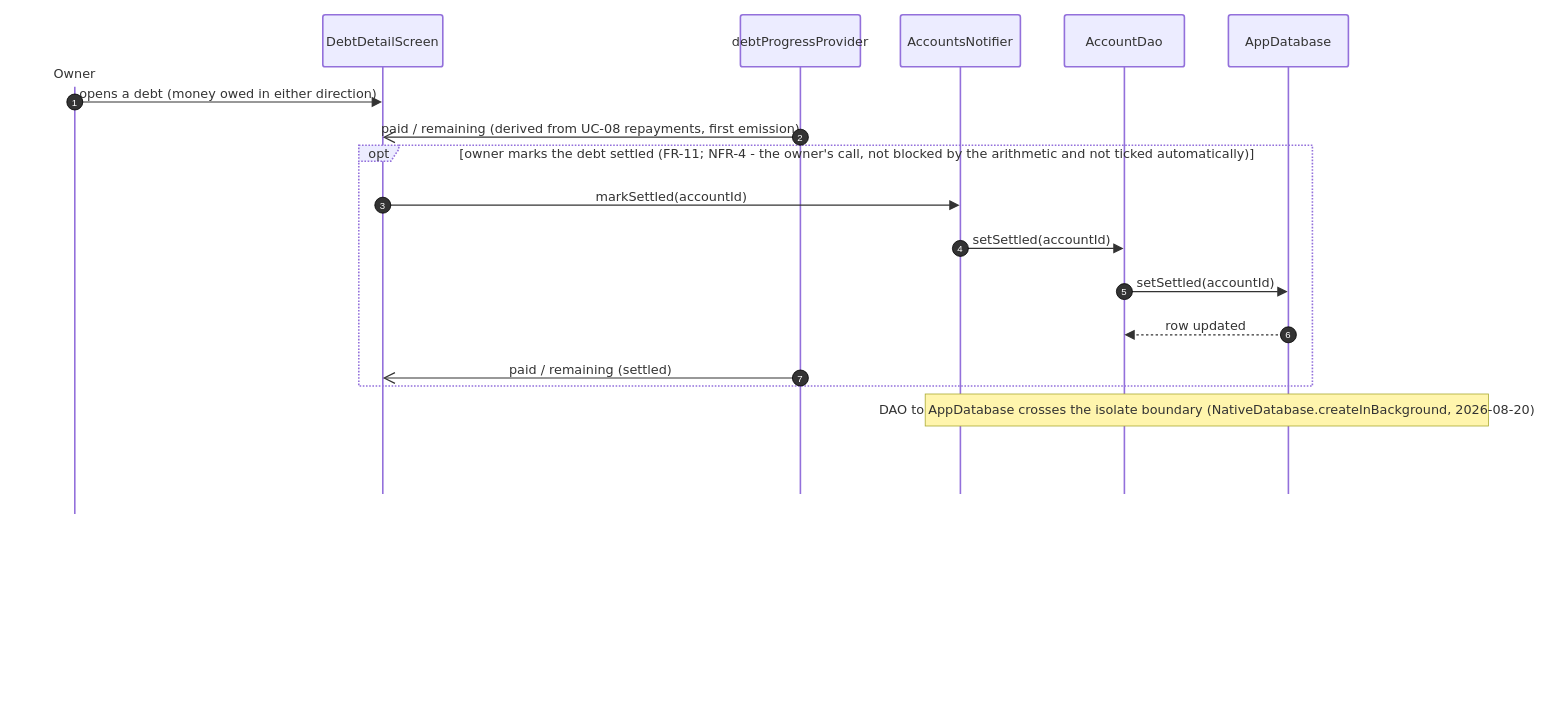
Earlier version of the draw.io diagram docs/diagrams/seq-uc10-debt-progress.drawio (EldwinPr/uangsaku). Source tidied: cells renumbered, new cells numbered last; positions are measured from the earlier drawing's top-left corner, leaving out a move shared by most shapes. Both pictures are drawn from the tidied source at 80%, with x=0, y=0 at pixel (14, 14).
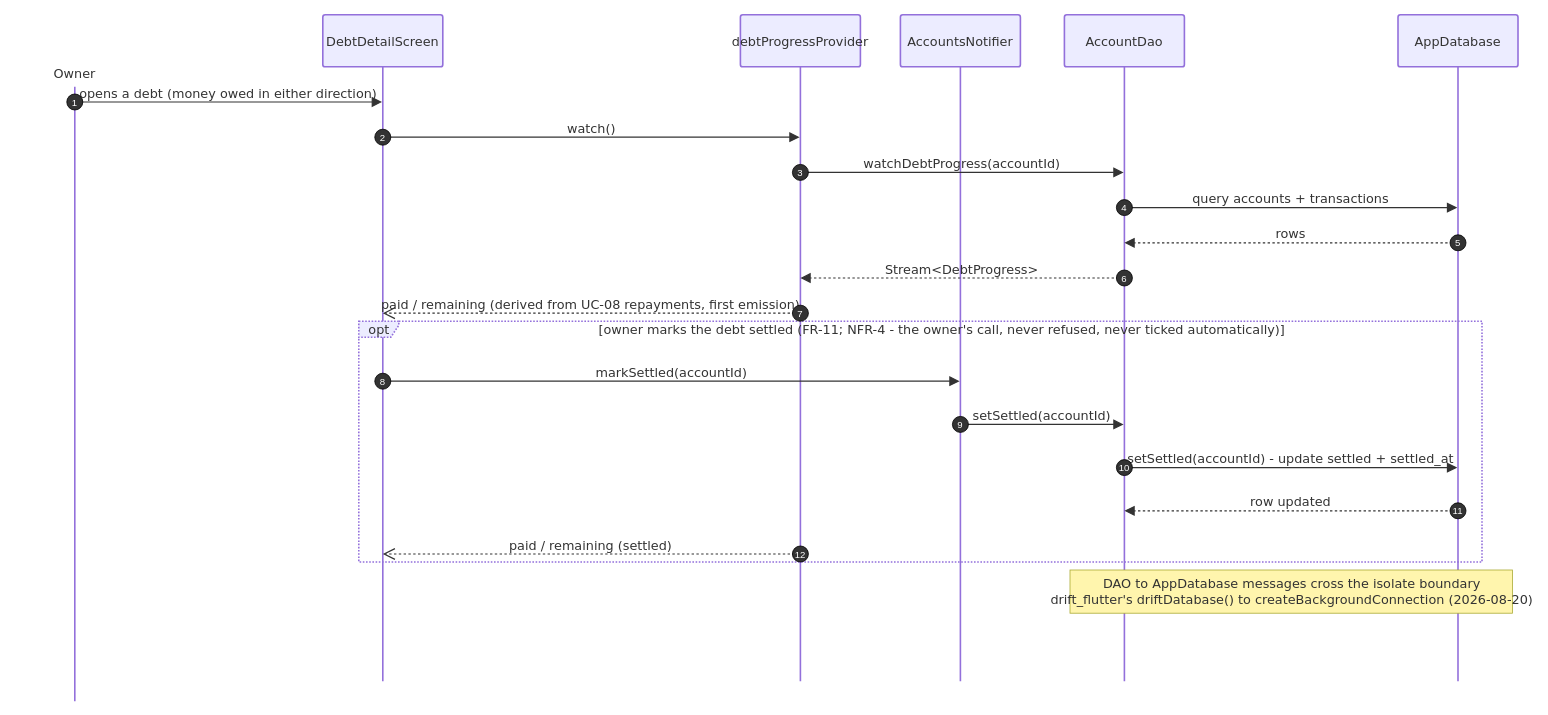
The same page after the edit.

The edit, as a diff of the source:
```diff
@@
     <mxCell id="2" value="Owner" style="html=1;shape=umlLifeline;perimeter=lifelinePerimeter;whiteSpace=wrap;outlineConnect=0;portConstraint=eastwest;newEdgeStyle={&quot;edgeStyle&quot;:&quot;elbowEdgeStyle&quot;,&quot;elbow&quot;:&quot;vertical&quot;,&quot;curved&quot;:0,&quot;rounded&quot;:0};lifelineDashed=0;strokeWidth=2;rounded=1;absoluteArcSize=1;arcSize=6;lifelineColor=light-dark(#9370DB,#cccccc);participant=seqActorStick;verticalAlign=bottom;align=center;spacingBottom=4;size=90;lifelineMirror=1;fillColor=light-dark(#ECECFF,#1f2020);strokeColor=light-dark(#9370DB,#cccccc);fontColor=light-dark(#333333,#cccccc);fontFamily=Trebuchet MS,Verdana,Arial,sans-serif;fontSize=16;" parent="1" vertex="1">
-      <mxGeometry width="150" height="624" as="geometry" />
+      <mxGeometry width="150" height="858" as="geometry" />
     </mxCell>
     <mxCell id="3" value="DebtDetailScreen" style="html=1;shape=umlLifeline;perimeter=lifelinePerimeter;whiteSpace=wrap;outlineConnect=0;portConstraint=eastwest;newEdgeStyle={&quot;edgeStyle&quot;:&quot;elbowEdgeStyle&quot;,&quot;elbow&quot;:&quot;vertical&quot;,&quot;curved&quot;:0,&quot;rounded&quot;:0};lifelineDashed=0;strokeWidth=2;rounded=1;absoluteArcSize=1;arcSize=6;lifelineColor=light-dark(#9370DB,#cccccc);size=65;lifelineMirror=1;fillColor=light-dark(#ECECFF,#1f2020);strokeColor=light-dark(#9370DB,#cccccc);fontColor=light-dark(#333333,#cccccc);fontFamily=Trebuchet MS,Verdana,Arial,sans-serif;fontSize=16;" parent="1" vertex="1">
-      <mxGeometry x="385" width="150" height="599" as="geometry" />
+      <mxGeometry x="385" width="150" height="833" as="geometry" />
     </mxCell>
     <mxCell id="4" value="debtProgressProvider" style="html=1;shape=umlLifeline;perimeter=lifelinePerimeter;whiteSpace=wrap;outlineConnect=0;portConstraint=eastwest;newEdgeStyle={&quot;edgeStyle&quot;:&quot;elbowEdgeStyle&quot;,&quot;elbow&quot;:&quot;vertical&quot;,&quot;curved&quot;:0,&quot;rounded&quot;:0};lifelineDashed=0;strokeWidth=2;rounded=1;absoluteArcSize=1;arcSize=6;lifelineColor=light-dark(#9370DB,#cccccc);size=65;lifelineMirror=1;fillColor=light-dark(#ECECFF,#1f2020);strokeColor=light-dark(#9370DB,#cccccc);fontColor=light-dark(#333333,#cccccc);fontFamily=Trebuchet MS,Verdana,Arial,sans-serif;fontSize=16;" parent="1" vertex="1">
-      <mxGeometry x="907" width="150" height="599" as="geometry" />
+      <mxGeometry x="907" width="150" height="833" as="geometry" />
     </mxCell>
     <mxCell id="5" value="AccountsNotifier" style="html=1;shape=umlLifeline;perimeter=lifelinePerimeter;whiteSpace=wrap;outlineConnect=0;portConstraint=eastwest;newEdgeStyle={&quot;edgeStyle&quot;:&quot;elbowEdgeStyle&quot;,&quot;elbow&quot;:&quot;vertical&quot;,&quot;curved&quot;:0,&quot;rounded&quot;:0};lifelineDashed=0;strokeWidth=2;rounded=1;absoluteArcSize=1;arcSize=6;lifelineColor=light-dark(#9370DB,#cccccc);size=65;lifelineMirror=1;fillColor=light-dark(#ECECFF,#1f2020);strokeColor=light-dark(#9370DB,#cccccc);fontColor=light-dark(#333333,#cccccc);fontFamily=Trebuchet MS,Verdana,Arial,sans-serif;fontSize=16;" parent="1" vertex="1">
-      <mxGeometry x="1107" width="150" height="599" as="geometry" />
+      <mxGeometry x="1107" width="150" height="833" as="geometry" />
     </mxCell>
     <mxCell id="6" value="AccountDao" style="html=1;shape=umlLifeline;perimeter=lifelinePerimeter;whiteSpace=wrap;outlineConnect=0;portConstraint=eastwest;newEdgeStyle={&quot;edgeStyle&quot;:&quot;elbowEdgeStyle&quot;,&quot;elbow&quot;:&quot;vertical&quot;,&quot;curved&quot;:0,&quot;rounded&quot;:0};lifelineDashed=0;strokeWidth=2;rounded=1;absoluteArcSize=1;arcSize=6;lifelineColor=light-dark(#9370DB,#cccccc);size=65;lifelineMirror=1;fillColor=light-dark(#ECECFF,#1f2020);strokeColor=light-dark(#9370DB,#cccccc);fontColor=light-dark(#333333,#cccccc);fontFamily=Trebuchet MS,Verdana,Arial,sans-serif;fontSize=16;" parent="1" vertex="1">
-      <mxGeometry x="1312" width="150" height="599" as="geometry" />
+      <mxGeometry x="1312" width="150" height="833" as="geometry" />
     </mxCell>
     <mxCell id="7" value="AppDatabase" style="html=1;shape=umlLifeline;perimeter=lifelinePerimeter;whiteSpace=wrap;outlineConnect=0;portConstraint=eastwest;newEdgeStyle={&quot;edgeStyle&quot;:&quot;elbowEdgeStyle&quot;,&quot;elbow&quot;:&quot;vertical&quot;,&quot;curved&quot;:0,&quot;rounded&quot;:0};lifelineDashed=0;strokeWidth=2;rounded=1;absoluteArcSize=1;arcSize=6;lifelineColor=light-dark(#9370DB,#cccccc);size=65;lifelineMirror=1;fillColor=light-dark(#ECECFF,#1f2020);strokeColor=light-dark(#9370DB,#cccccc);fontColor=light-dark(#333333,#cccccc);fontFamily=Trebuchet MS,Verdana,Arial,sans-serif;fontSize=16;" parent="1" vertex="1">
-      <mxGeometry x="1517" width="150" height="599" as="geometry" />
+      <mxGeometry x="1729" width="150" height="833" as="geometry" />
     </mxCell>
     <mxCell id="8" value="opt" style="html=1;shape=umlFrame;dashed=1;fixDash=1;dashPattern=2 2;strokeWidth=2;fillColor=light-dark(#ECECFF,#1f2020);strokeColor=light-dark(#9370DB,#cccccc);fontSize=16;align=center;verticalAlign=middle;fontFamily=Trebuchet MS,Verdana,Arial,sans-serif;fontColor=light-dark(#333333,#cccccc);height=20;width=50;" parent="1" vertex="1">
-      <mxGeometry x="430" y="163" width="1192" height="301" as="geometry" />
+      <mxGeometry x="430" y="383" width="1404" height="301" as="geometry" />
     </mxCell>
-    <mxCell id="9" value="[owner marks the debt settled (FR-11; NFR-4 - the owner's call, not blocked by the arithmetic and not ticked automatically)]" style="text;strokeColor=none;fillColor=none;align=center;verticalAlign=middle;whiteSpace=wrap;fontSize=16;fontFamily=Trebuchet MS,Verdana,Arial,sans-serif;fontColor=light-dark(#333333,#cccccc);" parent="8" vertex="1">
-      <mxGeometry x="54" y="2" width="1138" height="16" as="geometry" />
+    <mxCell id="9" value="[owner marks the debt settled (FR-11; NFR-4 - the owner's call, never refused, never ticked automatically)]" style="text;strokeColor=none;fillColor=none;align=center;verticalAlign=middle;whiteSpace=wrap;fontSize=16;fontFamily=Trebuchet MS,Verdana,Arial,sans-serif;fontColor=light-dark(#333333,#cccccc);" parent="8" vertex="1">
+      <mxGeometry x="54" y="2" width="1350" height="16" as="geometry" />
     </mxCell>
@@
-    <mxCell id="12" value="paid / remaining (derived from UC-08 repayments, first emission)" style="endArrow=open;endFill=0;endSize=12;verticalAlign=bottom;edgeStyle=elbowEdgeStyle;elbow=vertical;curved=0;rounded=0;fontSize=16;labelBackgroundColor=none;strokeWidth=1.5;strokeColor=light-dark(#333333,#cccccc);fontColor=light-dark(#333333,#cccccc);fontFamily=Trebuchet MS,Verdana,Arial,sans-serif;" parent="1" edge="1" source="4" target="3">
+    <mxCell id="12" value="watch()" style="endArrow=block;endSize=9;verticalAlign=bottom;edgeStyle=elbowEdgeStyle;elbow=vertical;curved=0;rounded=0;fontSize=16;labelBackgroundColor=none;strokeWidth=1.5;strokeColor=light-dark(#333333,#cccccc);fontColor=light-dark(#333333,#cccccc);fontFamily=Trebuchet MS,Verdana,Arial,sans-serif;" parent="1" edge="1" source="3" target="4">
       <mxGeometry relative="1" as="geometry">
         <Array as="points">
           <mxPoint x="721" y="153" />
         </Array>
       </mxGeometry>
     </mxCell>
     <mxCell id="13" value="2" style="ellipse;fillColor=light-dark(#333333,#cccccc);align=center;verticalAlign=middle;fontColor=light-dark(#FFFFFF,#333333);fontSize=12;" parent="1" vertex="1">
-      <mxGeometry x="972" y="143" width="20" height="20" as="geometry" />
+      <mxGeometry x="450" y="143" width="20" height="20" as="geometry" />
     </mxCell>
-    <mxCell id="14" value="markSettled(accountId)" style="endArrow=block;endSize=9;verticalAlign=bottom;edgeStyle=elbowEdgeStyle;elbow=vertical;curved=0;rounded=0;fontSize=16;labelBackgroundColor=none;strokeWidth=1.5;strokeColor=light-dark(#333333,#cccccc);fontColor=light-dark(#333333,#cccccc);fontFamily=Trebuchet MS,Verdana,Arial,sans-serif;" parent="1" edge="1" source="3" target="5">
+    <mxCell id="14" value="watchDebtProgress(accountId)" style="endArrow=block;endSize=9;verticalAlign=bottom;edgeStyle=elbowEdgeStyle;elbow=vertical;curved=0;rounded=0;fontSize=16;labelBackgroundColor=none;strokeWidth=1.5;strokeColor=light-dark(#333333,#cccccc);fontColor=light-dark(#333333,#cccccc);fontFamily=Trebuchet MS,Verdana,Arial,sans-serif;" parent="1" edge="1" source="4" target="6">
       <mxGeometry relative="1" as="geometry">
         <Array as="points">
-          <mxPoint x="821" y="238" />
+          <mxPoint x="1185" y="197" />
         </Array>
       </mxGeometry>
     </mxCell>
     <mxCell id="15" value="3" style="ellipse;fillColor=light-dark(#333333,#cccccc);align=center;verticalAlign=middle;fontColor=light-dark(#FFFFFF,#333333);fontSize=12;" parent="1" vertex="1">
-      <mxGeometry x="450" y="228" width="20" height="20" as="geometry" />
+      <mxGeometry x="972" y="187" width="20" height="20" as="geometry" />
     </mxCell>
-    <mxCell id="16" value="setSettled(accountId)" style="endArrow=block;endSize=9;verticalAlign=bottom;edgeStyle=elbowEdgeStyle;elbow=vertical;curved=0;rounded=0;fontSize=16;labelBackgroundColor=none;strokeWidth=1.5;strokeColor=light-dark(#333333,#cccccc);fontColor=light-dark(#333333,#cccccc);fontFamily=Trebuchet MS,Verdana,Arial,sans-serif;" parent="1" edge="1" source="5" target="6">
+    <mxCell id="16" value="query accounts + transactions" style="endArrow=block;endSize=9;verticalAlign=bottom;edgeStyle=elbowEdgeStyle;elbow=vertical;curved=0;rounded=0;fontSize=16;labelBackgroundColor=none;strokeWidth=1.5;strokeColor=light-dark(#333333,#cccccc);fontColor=light-dark(#333333,#cccccc);fontFamily=Trebuchet MS,Verdana,Arial,sans-serif;" parent="1" edge="1" source="6" target="7">
       <mxGeometry relative="1" as="geometry">
         <Array as="points">
-          <mxPoint x="1285" y="292" />
+          <mxPoint x="1596" y="241" />
         </Array>
       </mxGeometry>
     </mxCell>
     <mxCell id="17" value="4" style="ellipse;fillColor=light-dark(#333333,#cccccc);align=center;verticalAlign=middle;fontColor=light-dark(#FFFFFF,#333333);fontSize=12;" parent="1" vertex="1">
-      <mxGeometry x="1172" y="282" width="20" height="20" as="geometry" />
+      <mxGeometry x="1377" y="231" width="20" height="20" as="geometry" />
     </mxCell>
-    <mxCell id="18" value="setSettled(accountId)" style="endArrow=block;endSize=9;verticalAlign=bottom;edgeStyle=elbowEdgeStyle;elbow=vertical;curved=0;rounded=0;fontSize=16;labelBackgroundColor=none;strokeWidth=1.5;strokeColor=light-dark(#333333,#cccccc);fontColor=light-dark(#333333,#cccccc);fontFamily=Trebuchet MS,Verdana,Arial,sans-serif;" parent="1" edge="1" source="6" target="7">
+    <mxCell id="18" value="rows" style="dashed=1;fixDash=1;dashPattern=3 3;endArrow=block;endSize=9;verticalAlign=bottom;edgeStyle=elbowEdgeStyle;elbow=vertical;curved=0;rounded=0;fontSize=16;labelBackgroundColor=none;strokeWidth=1.5;strokeColor=light-dark(#333333,#cccccc);fontColor=light-dark(#333333,#cccccc);fontFamily=Trebuchet MS,Verdana,Arial,sans-serif;" parent="1" edge="1" source="7" target="6">
       <mxGeometry relative="1" as="geometry">
         <Array as="points">
-          <mxPoint x="1490" y="346" />
+          <mxPoint x="1596" y="285" />
         </Array>
       </mxGeometry>
     </mxCell>
     <mxCell id="19" value="5" style="ellipse;fillColor=light-dark(#333333,#cccccc);align=center;verticalAlign=middle;fontColor=light-dark(#FFFFFF,#333333);fontSize=12;" parent="1" vertex="1">
-      <mxGeometry x="1377" y="336" width="20" height="20" as="geometry" />
+      <mxGeometry x="1794" y="275" width="20" height="20" as="geometry" />
     </mxCell>
-    <mxCell id="20" value="row updated" style="dashed=1;fixDash=1;dashPattern=3 3;endArrow=block;endSize=9;verticalAlign=bottom;edgeStyle=elbowEdgeStyle;elbow=vertical;curved=0;rounded=0;fontSize=16;labelBackgroundColor=none;strokeWidth=1.5;strokeColor=light-dark(#333333,#cccccc);fontColor=light-dark(#333333,#cccccc);fontFamily=Trebuchet MS,Verdana,Arial,sans-serif;" parent="1" edge="1" source="7" target="6">
+    <mxCell id="20" value="Stream&lt;DebtProgress&gt;" style="dashed=1;fixDash=1;dashPattern=3 3;endArrow=block;endSize=9;verticalAlign=bottom;edgeStyle=elbowEdgeStyle;elbow=vertical;curved=0;rounded=0;fontSize=16;labelBackgroundColor=none;strokeWidth=1.5;strokeColor=light-dark(#333333,#cccccc);fontColor=light-dark(#333333,#cccccc);fontFamily=Trebuchet MS,Verdana,Arial,sans-serif;" parent="1" edge="1" source="6" target="4">
       <mxGeometry relative="1" as="geometry">
         <Array as="points">
-          <mxPoint x="1490" y="400" />
+          <mxPoint x="1185" y="329" />
         </Array>
       </mxGeometry>
     </mxCell>
     <mxCell id="21" value="6" style="ellipse;fillColor=light-dark(#333333,#cccccc);align=center;verticalAlign=middle;fontColor=light-dark(#FFFFFF,#333333);fontSize=12;" parent="1" vertex="1">
-      <mxGeometry x="1582" y="390" width="20" height="20" as="geometry" />
+      <mxGeometry x="1377" y="319" width="20" height="20" as="geometry" />
     </mxCell>
-    <mxCell id="22" value="paid / remaining (settled)" style="endArrow=open;endFill=0;endSize=12;verticalAlign=bottom;edgeStyle=elbowEdgeStyle;elbow=vertical;curved=0;rounded=0;fontSize=16;labelBackgroundColor=none;strokeWidth=1.5;strokeColor=light-dark(#333333,#cccccc);fontColor=light-dark(#333333,#cccccc);fontFamily=Trebuchet MS,Verdana,Arial,sans-serif;" parent="1" edge="1" source="4" target="3">
+    <mxCell id="22" value="paid / remaining (derived from UC-08 repayments, first emission)" style="dashed=1;fixDash=1;dashPattern=3 3;endArrow=open;endFill=0;endSize=12;verticalAlign=bottom;edgeStyle=elbowEdgeStyle;elbow=vertical;curved=0;rounded=0;fontSize=16;labelBackgroundColor=none;strokeWidth=1.5;strokeColor=light-dark(#333333,#cccccc);fontColor=light-dark(#333333,#cccccc);fontFamily=Trebuchet MS,Verdana,Arial,sans-serif;" parent="1" edge="1" source="4" target="3">
       <mxGeometry relative="1" as="geometry">
         <Array as="points">
-          <mxPoint x="721" y="454" />
+          <mxPoint x="721" y="373" />
         </Array>
       </mxGeometry>
     </mxCell>
     <mxCell id="23" value="7" style="ellipse;fillColor=light-dark(#333333,#cccccc);align=center;verticalAlign=middle;fontColor=light-dark(#FFFFFF,#333333);fontSize=12;" parent="1" vertex="1">
-      <mxGeometry x="972" y="444" width="20" height="20" as="geometry" />
+      <mxGeometry x="972" y="363" width="20" height="20" as="geometry" />
     </mxCell>
-    <mxCell id="24" value="DAO to AppDatabase crosses the isolate boundary (NativeDatabase.createInBackground, 2026-08-20)" style="html=1;fillColor=light-dark(#fff5ad,#2a2a2a);strokeColor=light-dark(#aaaa33,#cccccc);fontColor=light-dark(#333333,#cccccc);fontFamily=Trebuchet MS,Verdana,Arial,sans-serif;fontSize=16;" parent="1" vertex="1">
-      <mxGeometry x="1138" y="474" width="704" height="40" as="geometry" />
+    <mxCell id="24" value="markSettled(accountId)" style="endArrow=block;endSize=9;verticalAlign=bottom;edgeStyle=elbowEdgeStyle;elbow=vertical;curved=0;rounded=0;fontSize=16;labelBackgroundColor=none;strokeWidth=1.5;strokeColor=light-dark(#333333,#cccccc);fontColor=light-dark(#333333,#cccccc);fontFamily=Trebuchet MS,Verdana,Arial,sans-serif;" parent="1" edge="1" source="3" target="5">
+      <mxGeometry relative="1" as="geometry">
+        <Array as="points">
+          <mxPoint x="821" y="458" />
+        </Array>
+      </mxGeometry>
     </mxCell>
+    <mxCell id="25" value="8" style="ellipse;fillColor=light-dark(#333333,#cccccc);align=center;verticalAlign=middle;fontColor=light-dark(#FFFFFF,#333333);fontSize=12;" parent="1" vertex="1">
+      <mxGeometry x="450" y="448" width="20" height="20" as="geometry" />
+    </mxCell>
+    <mxCell id="26" value="setSettled(accountId)" style="endArrow=block;endSize=9;verticalAlign=bottom;edgeStyle=elbowEdgeStyle;elbow=vertical;curved=0;rounded=0;fontSize=16;labelBackgroundColor=none;strokeWidth=1.5;strokeColor=light-dark(#333333,#cccccc);fontColor=light-dark(#333333,#cccccc);fontFamily=Trebuchet MS,Verdana,Arial,sans-serif;" parent="1" edge="1" source="5" target="6">
+      <mxGeometry relative="1" as="geometry">
+        <Array as="points">
+          <mxPoint x="1285" y="512" />
+        </Array>
+      </mxGeometry>
+    </mxCell>
+    <mxCell id="27" value="9" style="ellipse;fillColor=light-dark(#333333,#cccccc);align=center;verticalAlign=middle;fontColor=light-dark(#FFFFFF,#333333);fontSize=12;" parent="1" vertex="1">
+      <mxGeometry x="1172" y="502" width="20" height="20" as="geometry" />
+    </mxCell>
+    <mxCell id="28" value="setSettled(accountId) - update settled + settled_at" style="endArrow=block;endSize=9;verticalAlign=bottom;edgeStyle=elbowEdgeStyle;elbow=vertical;curved=0;rounded=0;fontSize=16;labelBackgroundColor=none;strokeWidth=1.5;strokeColor=light-dark(#333333,#cccccc);fontColor=light-dark(#333333,#cccccc);fontFamily=Trebuchet MS,Verdana,Arial,sans-serif;" parent="1" edge="1" source="6" target="7">
+      <mxGeometry relative="1" as="geometry">
+        <Array as="points">
+          <mxPoint x="1596" y="566" />
+        </Array>
+      </mxGeometry>
+    </mxCell>
+    <mxCell id="29" value="10" style="ellipse;fillColor=light-dark(#333333,#cccccc);align=center;verticalAlign=middle;fontColor=light-dark(#FFFFFF,#333333);fontSize=12;" parent="1" vertex="1">
+      <mxGeometry x="1377" y="556" width="20" height="20" as="geometry" />
+    </mxCell>
+    <mxCell id="30" value="row updated" style="dashed=1;fixDash=1;dashPattern=3 3;endArrow=block;endSize=9;verticalAlign=bottom;edgeStyle=elbowEdgeStyle;elbow=vertical;curved=0;rounded=0;fontSize=16;labelBackgroundColor=none;strokeWidth=1.5;strokeColor=light-dark(#333333,#cccccc);fontColor=light-dark(#333333,#cccccc);fontFamily=Trebuchet MS,Verdana,Arial,sans-serif;" parent="1" edge="1" source="7" target="6">
+      <mxGeometry relative="1" as="geometry">
+        <Array as="points">
+          <mxPoint x="1596" y="620" />
+        </Array>
+      </mxGeometry>
+    </mxCell>
+    <mxCell id="31" value="11" style="ellipse;fillColor=light-dark(#333333,#cccccc);align=center;verticalAlign=middle;fontColor=light-dark(#FFFFFF,#333333);fontSize=12;" parent="1" vertex="1">
+      <mxGeometry x="1794" y="610" width="20" height="20" as="geometry" />
+    </mxCell>
+    <mxCell id="32" value="paid / remaining (settled)" style="dashed=1;fixDash=1;dashPattern=3 3;endArrow=open;endFill=0;endSize=12;verticalAlign=bottom;edgeStyle=elbowEdgeStyle;elbow=vertical;curved=0;rounded=0;fontSize=16;labelBackgroundColor=none;strokeWidth=1.5;strokeColor=light-dark(#333333,#cccccc);fontColor=light-dark(#333333,#cccccc);fontFamily=Trebuchet MS,Verdana,Arial,sans-serif;" parent="1" edge="1" source="4" target="3">
+      <mxGeometry relative="1" as="geometry">
+        <Array as="points">
+          <mxPoint x="721" y="674" />
+        </Array>
+      </mxGeometry>
+    </mxCell>
+    <mxCell id="33" value="12" style="ellipse;fillColor=light-dark(#333333,#cccccc);align=center;verticalAlign=middle;fontColor=light-dark(#FFFFFF,#333333);fontSize=12;" parent="1" vertex="1">
+      <mxGeometry x="972" y="664" width="20" height="20" as="geometry" />
+    </mxCell>
+    <mxCell id="34" value="DAO to AppDatabase messages cross the isolate boundary&#10;drift_flutter's driftDatabase() to createBackgroundConnection (2026-08-20)" style="html=1;fillColor=light-dark(#fff5ad,#2a2a2a);strokeColor=light-dark(#aaaa33,#cccccc);fontColor=light-dark(#333333,#cccccc);fontFamily=Trebuchet MS,Verdana,Arial,sans-serif;fontSize=16;" parent="1" vertex="1">
+      <mxGeometry x="1319" y="694" width="553" height="54" as="geometry" />
+    </mxCell>
```
